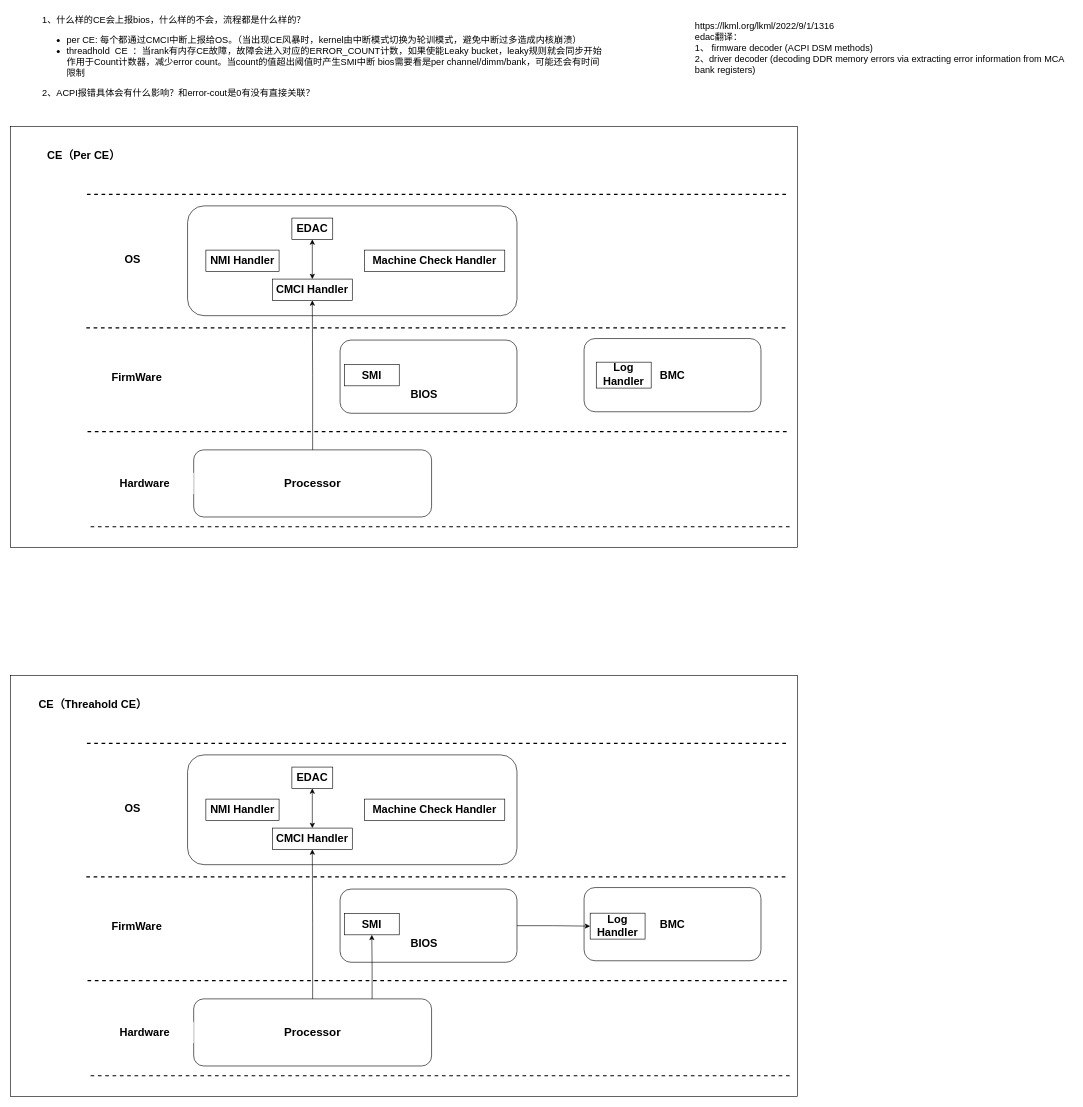
This is ras.drawio from wbzzx-bb/wb-linux, a draw.io file, before an edit. Source tidied: cells renumbered, new cells numbered last; positions are measured from the earlier drawing's top-left corner, leaving out a move shared by most shapes. Both pictures are drawn from the tidied source at 61%, with x=0, y=0 at pixel (10, 10).
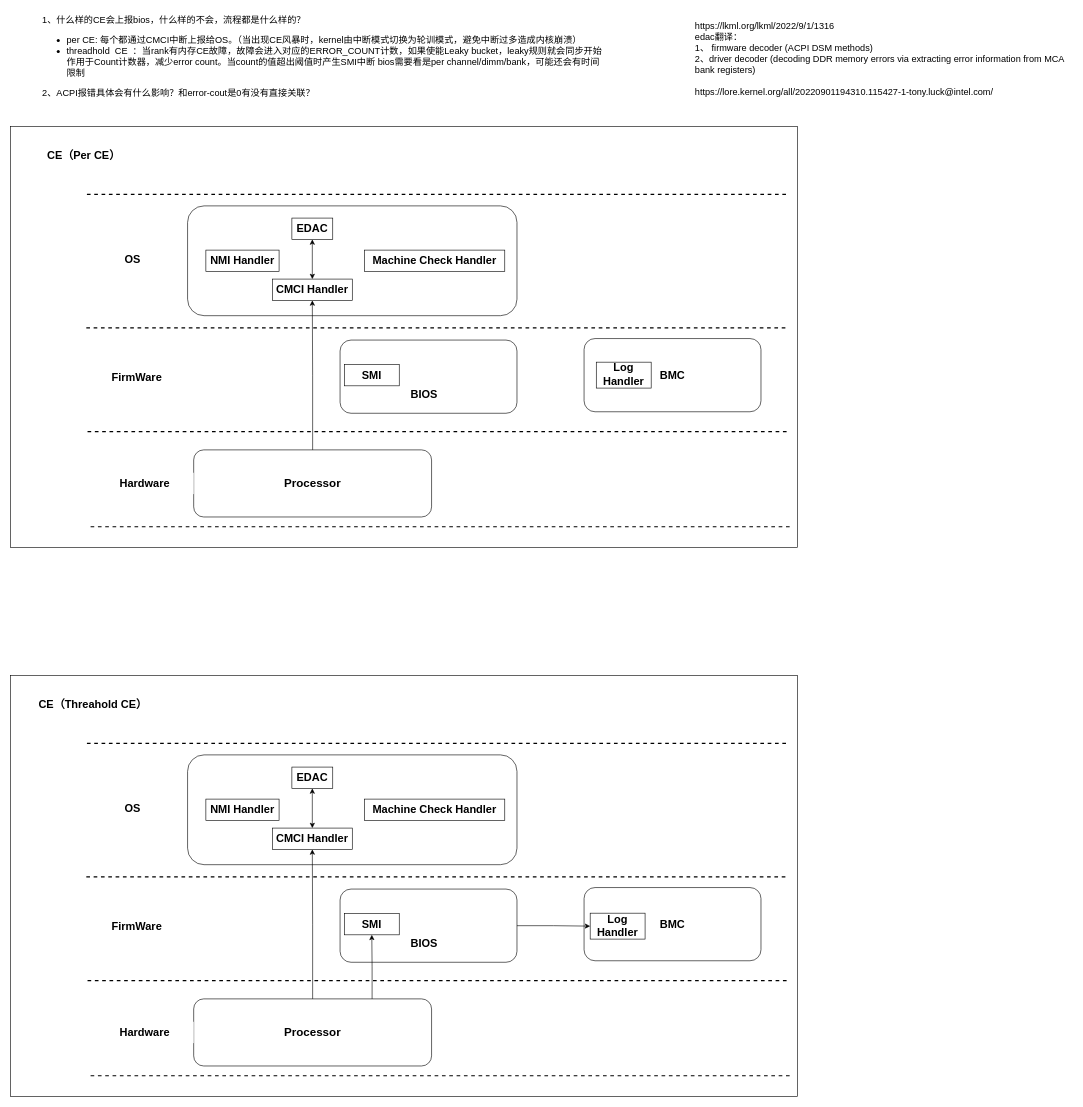
Above is the later version.

Change to the diagram source:
```diff
@@
-    <mxCell id="14" value="&lt;div&gt;https://lkml.org/lkml/2022/9/1/1316&lt;/div&gt;edac翻译：&lt;div&gt;1、&lt;span style=&quot;background-color: transparent; color: light-dark(rgb(0, 0, 0), rgb(255, 255, 255));&quot;&gt; firmware decoder (ACPI DSM methods)&lt;/span&gt;&lt;/div&gt;&lt;div&gt;&lt;span style=&quot;background-color: transparent; color: light-dark(rgb(0, 0, 0), rgb(255, 255, 255));&quot;&gt;2、&lt;/span&gt;&lt;span style=&quot;background-color: transparent; color: light-dark(rgb(0, 0, 0), rgb(255, 255, 255));&quot;&gt;driver decoder (decoding DDR memory errors via extracting error&amp;nbsp;&lt;/span&gt;&lt;span style=&quot;background-color: transparent; color: light-dark(rgb(0, 0, 0), rgb(255, 255, 255));&quot;&gt;information from MCA bank registers)&amp;nbsp;&lt;/span&gt;&lt;/div&gt;" style="text;html=1;align=left;verticalAlign=top;whiteSpace=wrap;rounded=0;fontSize=15;" parent="1" vertex="1">
-      <mxGeometry x="1120" y="10" width="620" height="100" as="geometry" />
+    <mxCell id="14" value="&lt;div&gt;https://lkml.org/lkml/2022/9/1/1316&lt;/div&gt;edac翻译：&lt;div&gt;1、&lt;span style=&quot;background-color: transparent; color: light-dark(rgb(0, 0, 0), rgb(255, 255, 255));&quot;&gt; firmware decoder (ACPI DSM methods)&lt;/span&gt;&lt;/div&gt;&lt;div&gt;&lt;span style=&quot;background-color: transparent; color: light-dark(rgb(0, 0, 0), rgb(255, 255, 255));&quot;&gt;2、&lt;/span&gt;&lt;span style=&quot;background-color: transparent; color: light-dark(rgb(0, 0, 0), rgb(255, 255, 255));&quot;&gt;driver decoder (decoding DDR memory errors via extracting error&amp;nbsp;&lt;/span&gt;&lt;span style=&quot;background-color: transparent; color: light-dark(rgb(0, 0, 0), rgb(255, 255, 255));&quot;&gt;information from MCA bank registers)&amp;nbsp;&lt;/span&gt;&lt;/div&gt;&lt;div&gt;&lt;span style=&quot;background-color: transparent; color: light-dark(rgb(0, 0, 0), rgb(255, 255, 255));&quot;&gt;&lt;br&gt;&lt;/span&gt;&lt;/div&gt;&lt;div&gt;&lt;span style=&quot;background-color: transparent;&quot;&gt;https://lore.kernel.org/all/20220901194310.115427-1-tony.luck@intel.com/&lt;/span&gt;&lt;/div&gt;" style="text;html=1;align=left;verticalAlign=top;whiteSpace=wrap;rounded=0;fontSize=15;" parent="1" vertex="1">
+      <mxGeometry x="1120" y="10" width="620" height="170" as="geometry" />
     </mxCell>
```
